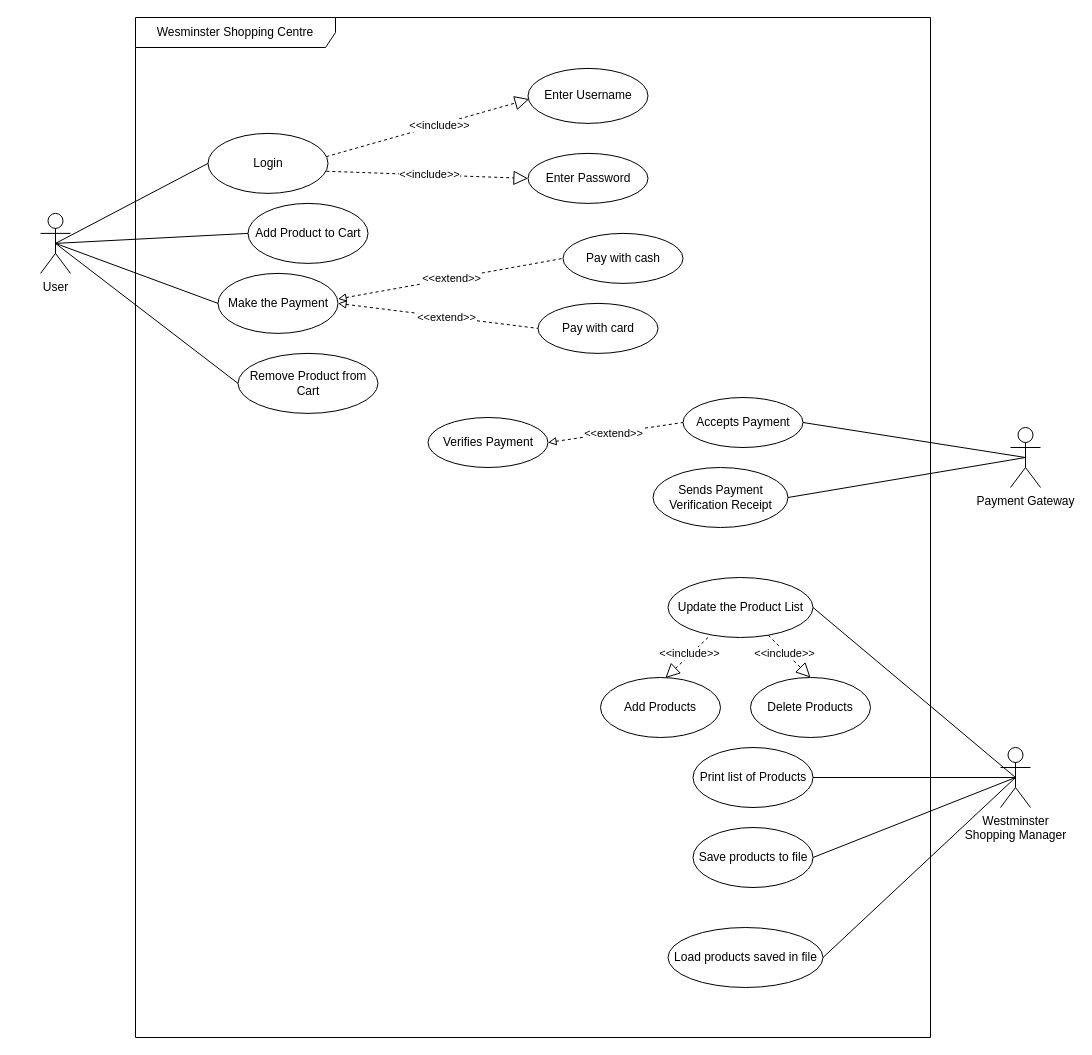
This is Diagrams/Use-case-diagram.drawio from itsjorigo/wesminster-shopping-centre, a draw.io file, before an edit. Source tidied: cells renumbered, new cells numbered last; positions are measured from the earlier drawing's top-left corner, leaving out a move shared by most shapes. Both pictures are drawn from the tidied source at 100%, with x=0, y=0 at pixel (40, 17).
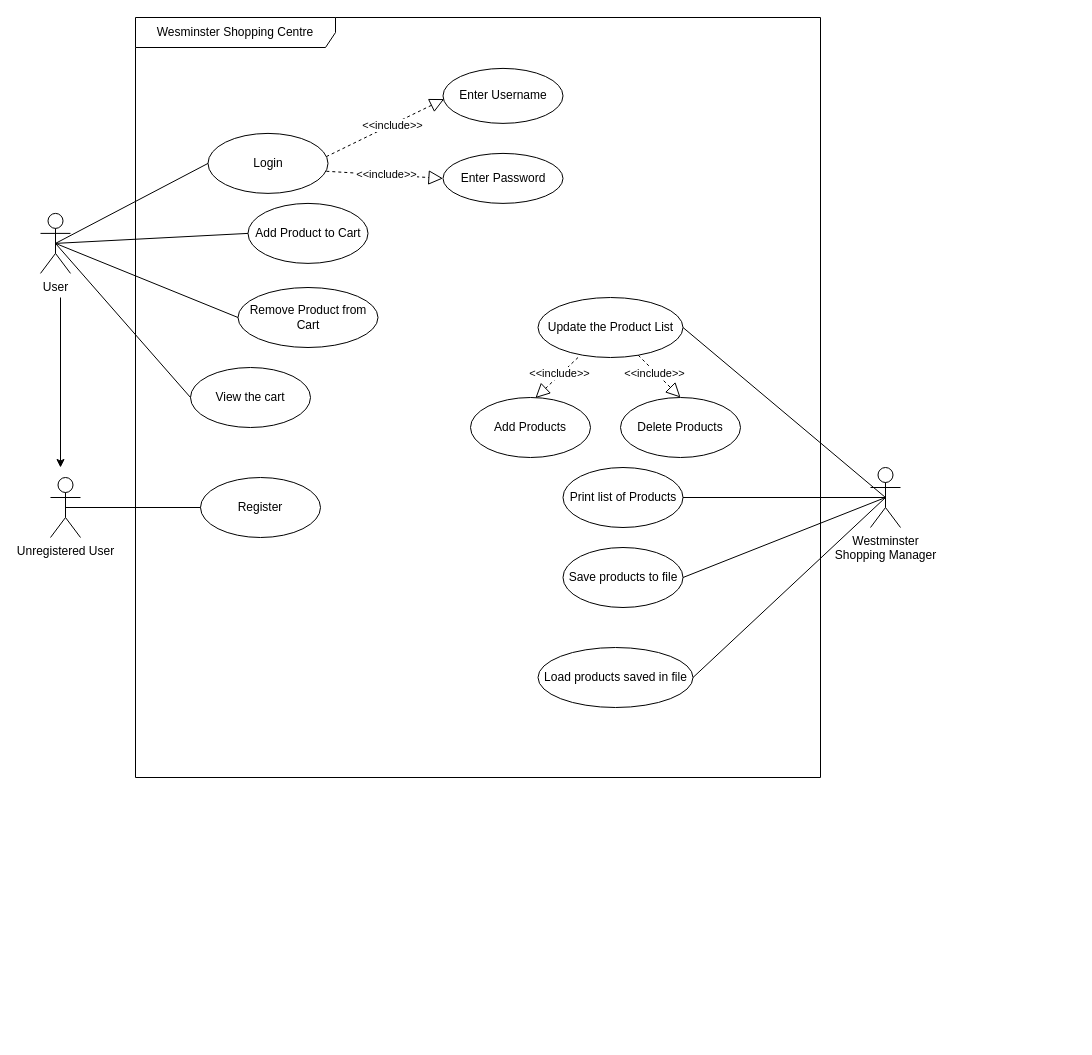
The same page after the edit.

Unchanged cells that the change refers to:
```xml
<mxCell id="22" value="Update the Product List" style="ellipse;whiteSpace=wrap;html=1;" parent="21" vertex="1">
  <mxGeometry y="10" width="145" height="60" as="geometry" />
</mxCell>
<mxCell id="40" value="User" style="shape=umlActor;verticalLabelPosition=bottom;verticalAlign=top;html=1;outlineConnect=0;" parent="1" vertex="1">
  <mxGeometry y="195.9" width="30" height="60" as="geometry" />
</mxCell>
```

The edit, as a diff of the source:
```diff
@@
     <mxCell id="2" value="Wesminster Shopping Centre" style="shape=umlFrame;whiteSpace=wrap;html=1;width=200;height=30;" parent="1" vertex="1">
-      <mxGeometry x="95" width="795" height="1020" as="geometry" />
+      <mxGeometry x="95" width="685" height="760" as="geometry" />
     </mxCell>
@@
-    <mxCell id="11" value="Make the Payment" style="ellipse;whiteSpace=wrap;html=1;" parent="2" vertex="1">
-      <mxGeometry x="82.5" y="255.9" width="120" height="60" as="geometry" />
-    </mxCell>
-    <mxCell id="12" value="Pay with card" style="ellipse;whiteSpace=wrap;html=1;" parent="2" vertex="1">
-      <mxGeometry x="402.5" y="285.9" width="120" height="50" as="geometry" />
-    </mxCell>
-    <mxCell id="13" value="Pay with cash" style="ellipse;whiteSpace=wrap;html=1;" parent="2" vertex="1">
-      <mxGeometry x="427.5" y="215.9" width="120" height="50" as="geometry" />
-    </mxCell>
-    <mxCell id="14" style="endArrow=none;html=1;rounded=0;exitX=1;exitY=0.426;exitDx=0;exitDy=0;entryX=0;entryY=0.5;entryDx=0;entryDy=0;dashed=1;startArrow=block;startFill=0;exitPerimeter=0;" parent="2" edge="1" source="11" target="13">
-      <mxGeometry relative="1" as="geometry" />
-    </mxCell>
-    <mxCell id="15" value="&amp;lt;&amp;lt;extend&amp;gt;&amp;gt;" style="edgeLabel;html=1;align=center;verticalAlign=middle;" parent="14" vertex="1">
-      <mxGeometry x="0.01" y="1" relative="1" as="geometry" />
-    </mxCell>
-    <mxCell id="16" style="endArrow=none;html=1;rounded=0;exitX=1;exitY=0.5;exitDx=0;exitDy=0;entryX=0;entryY=0.5;entryDx=0;entryDy=0;dashed=1;startArrow=block;startFill=0;" parent="2" edge="1" source="11" target="12">
-      <mxGeometry relative="1" as="geometry" />
-    </mxCell>
-    <mxCell id="17" value="&amp;lt;&amp;lt;extend&amp;gt;&amp;gt;" style="edgeLabel;html=1;align=center;verticalAlign=middle;" parent="16" vertex="1">
-      <mxGeometry x="0.08" relative="1" as="geometry" />
-    </mxCell>
     <mxCell id="18" style="group;" parent="2" vertex="1">
-      <mxGeometry x="392.5" y="60.9" width="120" height="55" as="geometry" />
+      <mxGeometry x="307.5" y="60.9" width="120" height="55" as="geometry" />
     </mxCell>
@@
     <mxCell id="20" value="Enter Password" style="ellipse;whiteSpace=wrap;html=1;" parent="2" vertex="1">
-      <mxGeometry x="392.5" y="135.9" width="120" height="50" as="geometry" />
+      <mxGeometry x="307.5" y="135.9" width="120" height="50" as="geometry" />
     </mxCell>
+    <mxCell id="39" value="Remove Product from Cart" style="ellipse;whiteSpace=wrap;html=1;" parent="2" vertex="1">
+      <mxGeometry x="102.5" y="270" width="140" height="60" as="geometry" />
+    </mxCell>
+    <mxCell id="53" value="View the cart" style="ellipse;whiteSpace=wrap;html=1;" parent="2" vertex="1">
+      <mxGeometry x="55" y="350" width="120" height="60" as="geometry" />
+    </mxCell>
     <mxCell id="21" style="group;" parent="2" vertex="1">
-      <mxGeometry x="532.5" y="550" width="145" height="60" as="geometry" />
+      <mxGeometry x="402.5" y="270" width="145" height="60" as="geometry" />
     </mxCell>
@@
     <mxCell id="27" style="group;" parent="2" vertex="1">
-      <mxGeometry x="465" y="660" width="120" height="60" as="geometry" />
+      <mxGeometry x="335" y="380" width="120" height="60" as="geometry" />
     </mxCell>
@@
     <mxCell id="29" style="group;" parent="2" vertex="1">
-      <mxGeometry x="615" y="660" width="120" height="60" as="geometry" />
+      <mxGeometry x="485" y="380" width="120" height="60" as="geometry" />
     </mxCell>
@@
-    <mxCell id="31" value="Accepts Payment" style="ellipse;whiteSpace=wrap;html=1;" parent="2" vertex="1">
-      <mxGeometry x="547.5" y="380" width="120" height="50" as="geometry" />
-    </mxCell>
-    <mxCell id="32" value="Verifies Payment" style="ellipse;whiteSpace=wrap;html=1;" parent="2" vertex="1">
-      <mxGeometry x="292.5" y="400" width="120" height="50" as="geometry" />
-    </mxCell>
-    <mxCell id="33" style="endArrow=none;html=1;rounded=0;exitX=1;exitY=0.5;exitDx=0;exitDy=0;entryX=0;entryY=0.5;entryDx=0;entryDy=0;dashed=1;startArrow=block;startFill=0;" parent="2" edge="1" source="32" target="31">
-      <mxGeometry relative="1" as="geometry" />
-    </mxCell>
-    <mxCell id="34" value="&amp;lt;&amp;lt;extend&amp;gt;&amp;gt;" style="edgeLabel;html=1;align=center;verticalAlign=middle;" parent="33" vertex="1">
-      <mxGeometry x="-0.04" y="1" relative="1" as="geometry">
-        <mxPoint y="1" as="offset" />
-      </mxGeometry>
-    </mxCell>
-    <mxCell id="35" value="Sends Payment Verification Receipt" style="ellipse;whiteSpace=wrap;html=1;" parent="2" vertex="1">
-      <mxGeometry x="517.5" y="450" width="135" height="60" as="geometry" />
-    </mxCell>
     <mxCell id="36" value="Print list of Products" style="ellipse;whiteSpace=wrap;html=1;" parent="2" vertex="1">
-      <mxGeometry x="557.5" y="730" width="120" height="60" as="geometry" />
+      <mxGeometry x="427.5" y="450" width="120" height="60" as="geometry" />
     </mxCell>
     <mxCell id="37" value="Save products to file" style="ellipse;whiteSpace=wrap;html=1;" parent="2" vertex="1">
-      <mxGeometry x="557.5" y="810" width="120" height="60" as="geometry" />
+      <mxGeometry x="427.5" y="530" width="120" height="60" as="geometry" />
     </mxCell>
     <mxCell id="38" value="Load products saved in file" style="ellipse;whiteSpace=wrap;html=1;" parent="2" vertex="1">
-      <mxGeometry x="532.5" y="910" width="155" height="60" as="geometry" />
+      <mxGeometry x="402.5" y="630" width="155" height="60" as="geometry" />
     </mxCell>
-    <mxCell id="39" value="Remove Product from Cart" style="ellipse;whiteSpace=wrap;html=1;" parent="2" vertex="1">
-      <mxGeometry x="102.5" y="335.9" width="140" height="60" as="geometry" />
-    </mxCell>
+    <mxCell id="44" value="Westminster &lt;br&gt;Shopping Manager" style="shape=umlActor;verticalLabelPosition=bottom;verticalAlign=top;html=1;outlineConnect=0;" parent="2" vertex="1">
+      <mxGeometry x="735" y="450" width="30" height="60" as="geometry" />
+    </mxCell>
+    <mxCell id="45" style="endArrow=none;html=1;rounded=0;entryX=1;entryY=0.5;entryDx=0;entryDy=0;exitX=0.5;exitY=0.5;exitDx=0;exitDy=0;exitPerimeter=0;" parent="2" edge="1" source="44" target="22">
+      <mxGeometry relative="1" as="geometry" />
+    </mxCell>
+    <mxCell id="50" style="endArrow=none;html=1;rounded=0;entryX=1;entryY=0.5;entryDx=0;entryDy=0;exitX=0.5;exitY=0.5;exitDx=0;exitDy=0;exitPerimeter=0;" parent="2" edge="1" source="44" target="37">
+      <mxGeometry relative="1" as="geometry" />
+    </mxCell>
+    <mxCell id="51" style="endArrow=none;html=1;rounded=0;exitX=0.5;exitY=0.5;exitDx=0;exitDy=0;exitPerimeter=0;entryX=1;entryY=0.5;entryDx=0;entryDy=0;" parent="2" edge="1" source="44" target="36">
+      <mxGeometry relative="1" as="geometry" />
+    </mxCell>
+    <mxCell id="52" style="endArrow=none;html=1;rounded=0;entryX=1;entryY=0.5;entryDx=0;entryDy=0;exitX=0.5;exitY=0.5;exitDx=0;exitDy=0;exitPerimeter=0;" parent="2" edge="1" source="44" target="38">
+      <mxGeometry relative="1" as="geometry" />
+    </mxCell>
+    <mxCell id="54" value="Register" style="ellipse;whiteSpace=wrap;html=1;" parent="2" vertex="1">
+      <mxGeometry x="65" y="460" width="120" height="60" as="geometry" />
+    </mxCell>
@@
-    <mxCell id="44" value="Westminster &lt;br&gt;Shopping Manager" style="shape=umlActor;verticalLabelPosition=bottom;verticalAlign=top;html=1;outlineConnect=0;" parent="1" vertex="1">
-      <mxGeometry x="960" y="730" width="30" height="60" as="geometry" />
-    </mxCell>
-    <mxCell id="45" style="endArrow=none;html=1;rounded=0;entryX=1;entryY=0.5;entryDx=0;entryDy=0;exitX=0.5;exitY=0.5;exitDx=0;exitDy=0;exitPerimeter=0;" parent="1" edge="1" source="44" target="22">
-      <mxGeometry relative="1" as="geometry" />
-    </mxCell>
-    <mxCell id="46" style="endArrow=none;html=1;rounded=0;exitX=0.5;exitY=0.5;exitDx=0;exitDy=0;exitPerimeter=0;entryX=0;entryY=0.5;entryDx=0;entryDy=0;entryPerimeter=0;" parent="1" edge="1" source="40" target="11">
-      <mxGeometry relative="1" as="geometry" />
-    </mxCell>
-    <mxCell id="47" value="Payment Gateway" style="shape=umlActor;verticalLabelPosition=bottom;verticalAlign=top;html=1;outlineConnect=0;" parent="1" vertex="1">
-      <mxGeometry x="970" y="410" width="30" height="60" as="geometry" />
-    </mxCell>
-    <mxCell id="48" style="endArrow=none;html=1;rounded=0;exitX=0.5;exitY=0.5;exitDx=0;exitDy=0;exitPerimeter=0;entryX=1;entryY=0.5;entryDx=0;entryDy=0;" parent="1" edge="1" source="47" target="31">
-      <mxGeometry relative="1" as="geometry" />
-    </mxCell>
-    <mxCell id="49" style="endArrow=none;html=1;rounded=0;exitX=0.5;exitY=0.5;exitDx=0;exitDy=0;exitPerimeter=0;entryX=1;entryY=0.5;entryDx=0;entryDy=0;" parent="1" edge="1" source="47" target="35">
-      <mxGeometry relative="1" as="geometry" />
-    </mxCell>
-    <mxCell id="50" style="endArrow=none;html=1;rounded=0;entryX=1;entryY=0.5;entryDx=0;entryDy=0;exitX=0.5;exitY=0.5;exitDx=0;exitDy=0;exitPerimeter=0;" parent="1" edge="1" source="44" target="37">
-      <mxGeometry relative="1" as="geometry" />
-    </mxCell>
-    <mxCell id="51" style="endArrow=none;html=1;rounded=0;exitX=0.5;exitY=0.5;exitDx=0;exitDy=0;exitPerimeter=0;entryX=1;entryY=0.5;entryDx=0;entryDy=0;" parent="1" edge="1" source="44" target="36">
-      <mxGeometry relative="1" as="geometry" />
-    </mxCell>
-    <mxCell id="52" style="endArrow=none;html=1;rounded=0;entryX=1;entryY=0.5;entryDx=0;entryDy=0;exitX=0.5;exitY=0.5;exitDx=0;exitDy=0;exitPerimeter=0;" parent="1" edge="1" source="44" target="38">
-      <mxGeometry relative="1" as="geometry" />
-    </mxCell>
+    <mxCell id="55" style="endArrow=none;html=1;rounded=0;entryX=0;entryY=0.5;entryDx=0;entryDy=0;exitX=0.5;exitY=0.5;exitDx=0;exitDy=0;exitPerimeter=0;" parent="1" edge="1" source="40" target="53">
+      <mxGeometry relative="1" as="geometry" />
+    </mxCell>
+    <mxCell id="56" value="Unregistered User" style="shape=umlActor;verticalLabelPosition=bottom;verticalAlign=top;html=1;outlineConnect=0;" parent="1" vertex="1">
+      <mxGeometry x="10" y="460" width="30" height="60" as="geometry" />
+    </mxCell>
+    <mxCell id="57" style="endArrow=classic;html=1;rounded=0;" parent="1" edge="1">
+      <mxGeometry relative="1" as="geometry">
+        <mxPoint x="20" y="280" as="sourcePoint" />
+        <mxPoint x="20" y="450" as="targetPoint" />
+      </mxGeometry>
+    </mxCell>
+    <mxCell id="58" style="endArrow=none;html=1;rounded=0;exitX=0.5;exitY=0.5;exitDx=0;exitDy=0;exitPerimeter=0;entryX=0;entryY=0.5;entryDx=0;entryDy=0;" parent="1" edge="1" source="56" target="54">
+      <mxGeometry relative="1" as="geometry" />
+    </mxCell>
```
